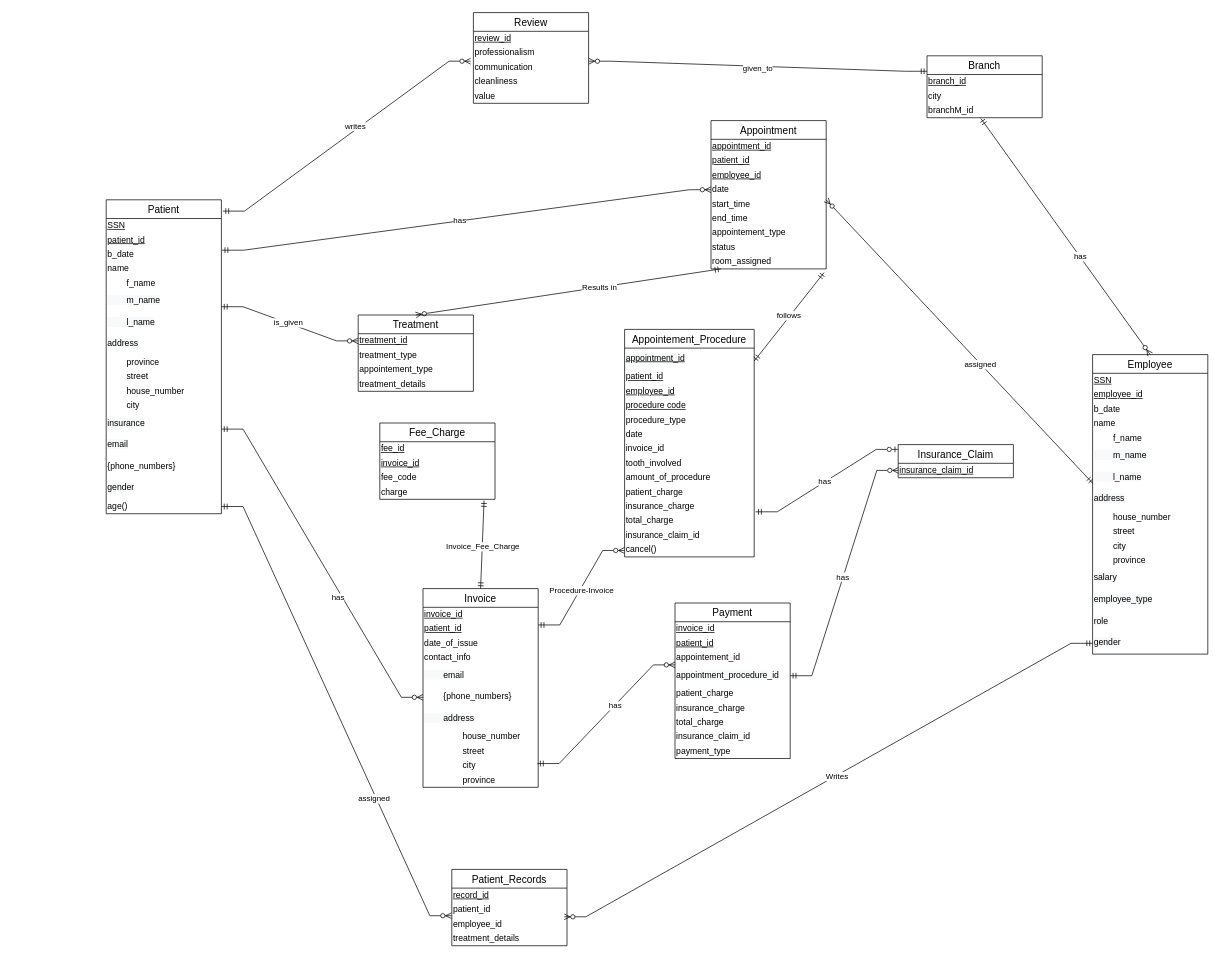
Earlier version of the draw.io diagram Amine_ER_Diagram.drawio (m9p909/CSI2132-Class-Project). Source tidied: cells renumbered, new cells numbered last; positions are measured from the earlier drawing's top-left corner, leaving out a move shared by most shapes. Both pictures are drawn from the tidied source at 72%, with x=0, y=0 at pixel (106, 12).
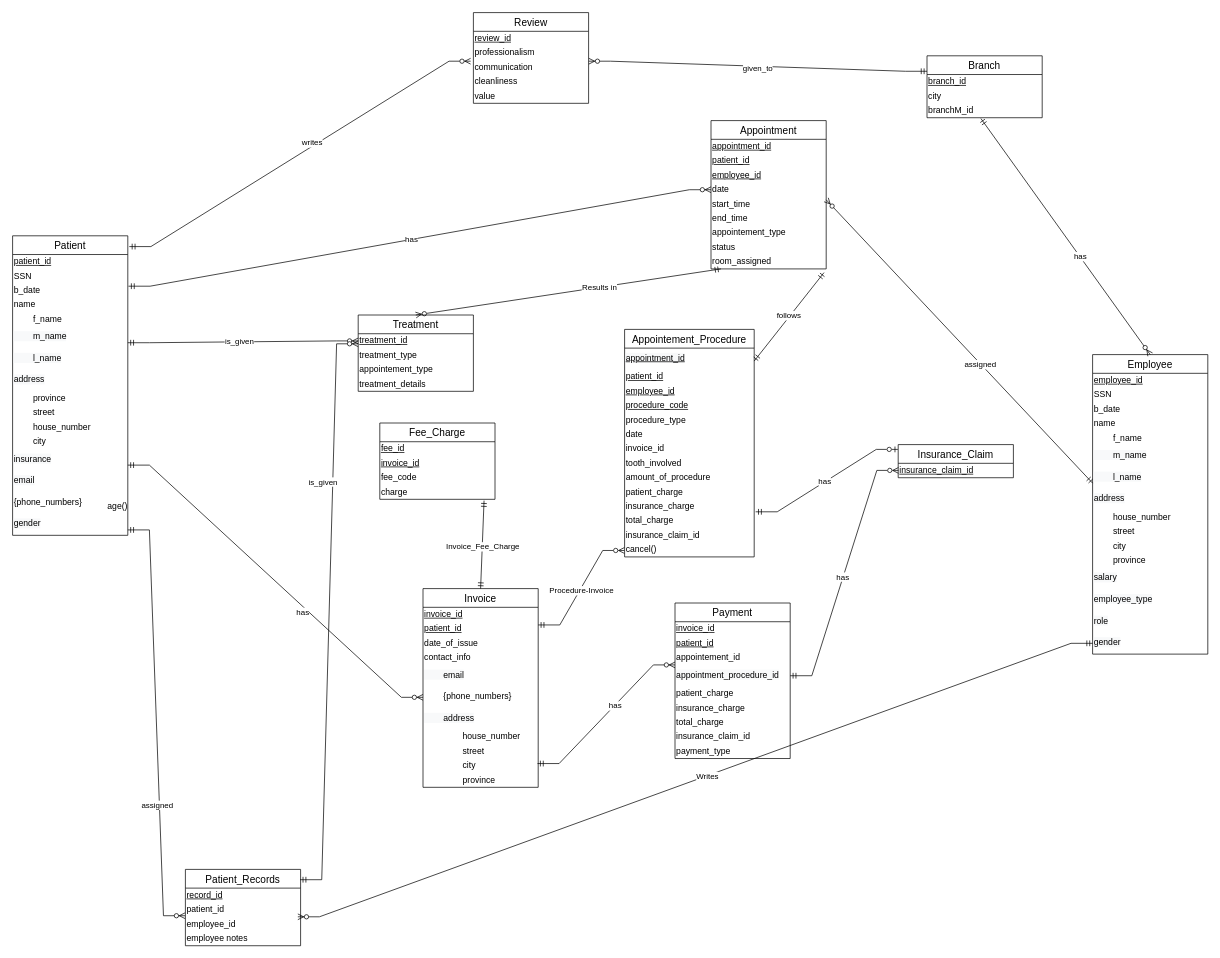
After the change.

Commit message (it also covers changes not shown here):
Finished ER Diagram

Unchanged cells that the change refers to:
```xml
<mxCell id="16" value="Appointement_Procedure" style="swimlane;fontStyle=0;horizontal=1;startSize=26;align=center;fontSize=14;" parent="1" vertex="1">
  <mxGeometry x="720" y="440" width="180" height="316" as="geometry" />
</mxCell>
<mxCell id="41" value="Employee" style="swimlane;fontStyle=0;horizontal=1;startSize=26;align=center;fontSize=14;" parent="1" vertex="1">
  <mxGeometry x="1370" y="475" width="160" height="416" as="geometry" />
</mxCell>
<mxCell id="74" value="&lt;span style=&quot;color: rgb(0 , 0 , 0) ; font-family: &amp;#34;helvetica&amp;#34; ; font-size: 12px ; font-style: normal ; font-weight: 400 ; letter-spacing: normal ; text-align: center ; text-indent: 0px ; text-transform: none ; word-spacing: 0px ; background-color: rgb(248 , 249 , 250) ; display: inline ; float: none&quot;&gt;gender&lt;/span&gt;" style="text;whiteSpace=wrap;html=1;" parent="58" vertex="1">
  <mxGeometry y="386" width="160" height="30" as="geometry" />
</mxCell>
<mxCell id="122" value="patient_id" style="text;html=1;align=left;verticalAlign=middle;points=[];fillColor=none;strokeColor=none;rounded=0;" parent="120" vertex="1">
  <mxGeometry y="46" width="160" height="20" as="geometry" />
</mxCell>
```

What changed in the source:
```diff
@@
-    <mxCell id="20" value="&lt;u&gt;procedure code&lt;/u&gt;" style="text;html=1;align=left;verticalAlign=middle;fillColor=none;strokeColor=none;rounded=0;" parent="16" vertex="1">
+    <mxCell id="20" value="&lt;u&gt;procedure_code&lt;/u&gt;" style="text;html=1;align=left;verticalAlign=middle;fillColor=none;strokeColor=none;rounded=0;" parent="16" vertex="1">
       <mxGeometry y="96" width="180" height="20" as="geometry" />
     </mxCell>
@@
+    <mxCell id="43" value="&lt;u&gt;employee_id&lt;/u&gt;" style="text;html=1;align=left;verticalAlign=middle;fillColor=none;strokeColor=none;rounded=0;" parent="41" vertex="1">
+      <mxGeometry y="26" width="160" height="20" as="geometry" />
+    </mxCell>
-    <mxCell id="42" value="&lt;u&gt;SSN&lt;/u&gt;" style="text;html=1;align=left;verticalAlign=middle;fillColor=none;strokeColor=none;rounded=0;" parent="41" vertex="1">
-      <mxGeometry y="26" width="160" height="20" as="geometry" />
+    <mxCell id="42" value="SSN" style="text;html=1;align=left;verticalAlign=middle;fillColor=none;strokeColor=none;rounded=0;" parent="41" vertex="1">
+      <mxGeometry y="46" width="160" height="20" as="geometry" />
     </mxCell>
-    <mxCell id="43" value="&lt;u&gt;employee_id&lt;/u&gt;" style="text;html=1;align=left;verticalAlign=middle;fillColor=none;strokeColor=none;rounded=0;" parent="41" vertex="1">
-      <mxGeometry y="46" width="160" height="20" as="geometry" />
-    </mxCell>
@@
     <mxCell id="58" value="Patient" style="swimlane;fontStyle=0;horizontal=1;startSize=26;align=center;fontSize=14;" parent="1" vertex="1">
-      <mxGeometry y="260" width="160" height="436" as="geometry" />
+      <mxGeometry x="-130" y="310" width="160" height="416" as="geometry" />
     </mxCell>
+    <mxCell id="60" value="&lt;u&gt;patient_id&lt;/u&gt;" style="text;html=1;align=left;verticalAlign=middle;fillColor=none;strokeColor=none;rounded=0;" parent="58" vertex="1">
+      <mxGeometry y="26" width="160" height="20" as="geometry" />
+    </mxCell>
-    <mxCell id="59" value="&lt;u&gt;SSN&lt;/u&gt;" style="text;html=1;align=left;verticalAlign=middle;fillColor=none;strokeColor=none;rounded=0;" parent="58" vertex="1">
-      <mxGeometry y="26" width="160" height="20" as="geometry" />
+    <mxCell id="59" value="SSN" style="text;html=1;align=left;verticalAlign=middle;fillColor=none;strokeColor=none;rounded=0;" parent="58" vertex="1">
+      <mxGeometry y="46" width="160" height="20" as="geometry" />
     </mxCell>
-    <mxCell id="60" value="&lt;u&gt;patient_id&lt;/u&gt;" style="text;html=1;align=left;verticalAlign=middle;fillColor=none;strokeColor=none;rounded=0;" parent="58" vertex="1">
-      <mxGeometry y="46" width="160" height="20" as="geometry" />
-    </mxCell>
@@
-    <mxCell id="75" value="age()" style="text;html=1;align=left;verticalAlign=middle;points=[];fillColor=none;strokeColor=none;rounded=0;" parent="58" vertex="1">
-      <mxGeometry y="416" width="160" height="20" as="geometry" />
-    </mxCell>
@@
     <mxCell id="120" value="Patient_Records" style="swimlane;fontStyle=0;horizontal=1;startSize=26;align=center;fontSize=14;" parent="1" vertex="1">
-      <mxGeometry x="480" y="1190" width="160" height="106" as="geometry" />
+      <mxGeometry x="110" y="1190" width="160" height="106" as="geometry" />
     </mxCell>
@@
-    <mxCell id="124" value="treatment_details" style="text;html=1;align=left;verticalAlign=middle;fillColor=none;strokeColor=none;rounded=0;" parent="120" vertex="1">
-      <mxGeometry y="86" width="160" height="20" as="geometry" />
-    </mxCell>
+    <mxCell id="143" value="employee notes" style="text;html=1;align=left;verticalAlign=middle;fillColor=none;strokeColor=none;rounded=0;" parent="120" vertex="1">
+      <mxGeometry y="86" width="160" height="20" as="geometry" />
+    </mxCell>
-    <mxCell id="125" style="edgeStyle=entityRelationEdgeStyle;fontSize=12;html=1;endArrow=ERzeroToMany;startArrow=ERmandOne;rounded=0;entryX=-0.003;entryY=0.917;entryDx=0;entryDy=0;entryPerimeter=0;" parent="1" edge="1" source="75" target="122">
+    <mxCell id="125" style="edgeStyle=entityRelationEdgeStyle;fontSize=12;html=1;endArrow=ERzeroToMany;startArrow=ERmandOne;rounded=0;entryX=-0.003;entryY=0.917;entryDx=0;entryDy=0;entryPerimeter=0;exitX=1;exitY=0.75;exitDx=0;exitDy=0;" parent="1" edge="1" source="74" target="122">
       <mxGeometry relative="1" as="geometry" />
     </mxCell>
@@
+    <mxCell id="144" style="edgeStyle=entityRelationEdgeStyle;fontSize=12;html=1;endArrow=ERzeroToMany;startArrow=ERmandOne;rounded=0;fontStyle=1;exitX=0.996;exitY=0.135;exitDx=0;exitDy=0;exitPerimeter=0;" parent="1" edge="1" source="120">
+      <mxGeometry relative="1" as="geometry">
+        <mxPoint x="350" y="460" as="targetPoint" />
+      </mxGeometry>
+    </mxCell>
+    <mxCell id="145" value="is_given" style="edgeLabel;html=1;align=center;verticalAlign=middle;" parent="144" vertex="1">
+      <mxGeometry x="-0.03" y="1" relative="1" as="geometry">
+        <mxPoint x="-8" y="-193" as="offset" />
+      </mxGeometry>
+    </mxCell>
+    <mxCell id="75" value="age()" style="text;html=1;align=left;verticalAlign=middle;points=[];fillColor=none;strokeColor=none;rounded=0;" parent="1" vertex="1">
+      <mxGeometry y="676" width="160" height="20" as="geometry" />
+    </mxCell>
```
